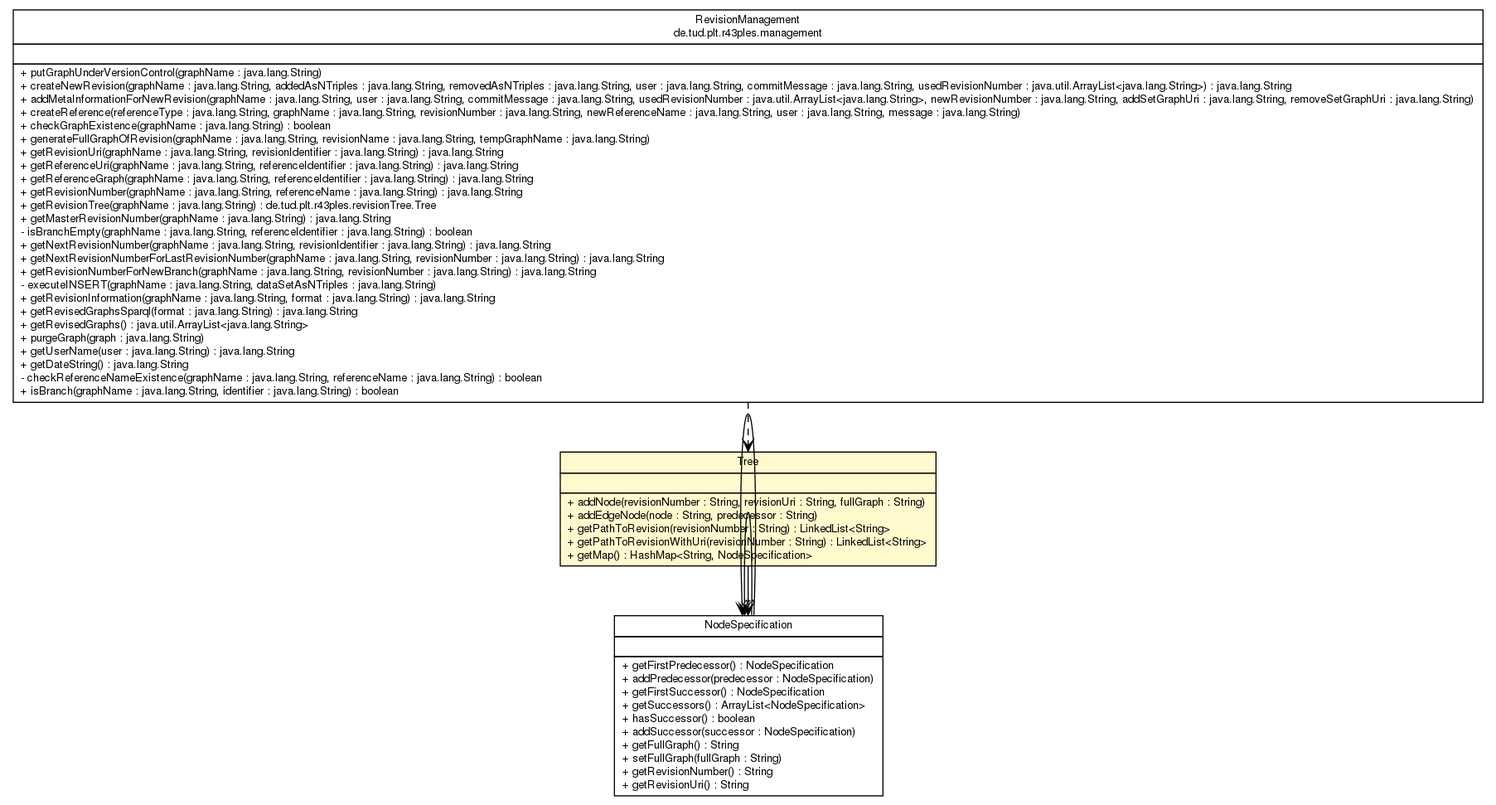
Earlier version of the Graphviz export javadoc/de/tud/plt/r43ples/revisionTree/Tree.png (markusgraube/r43ples). Its source is kept beside it as javadoc/de/tud/plt/r43ples/revisionTree/Tree.dot.
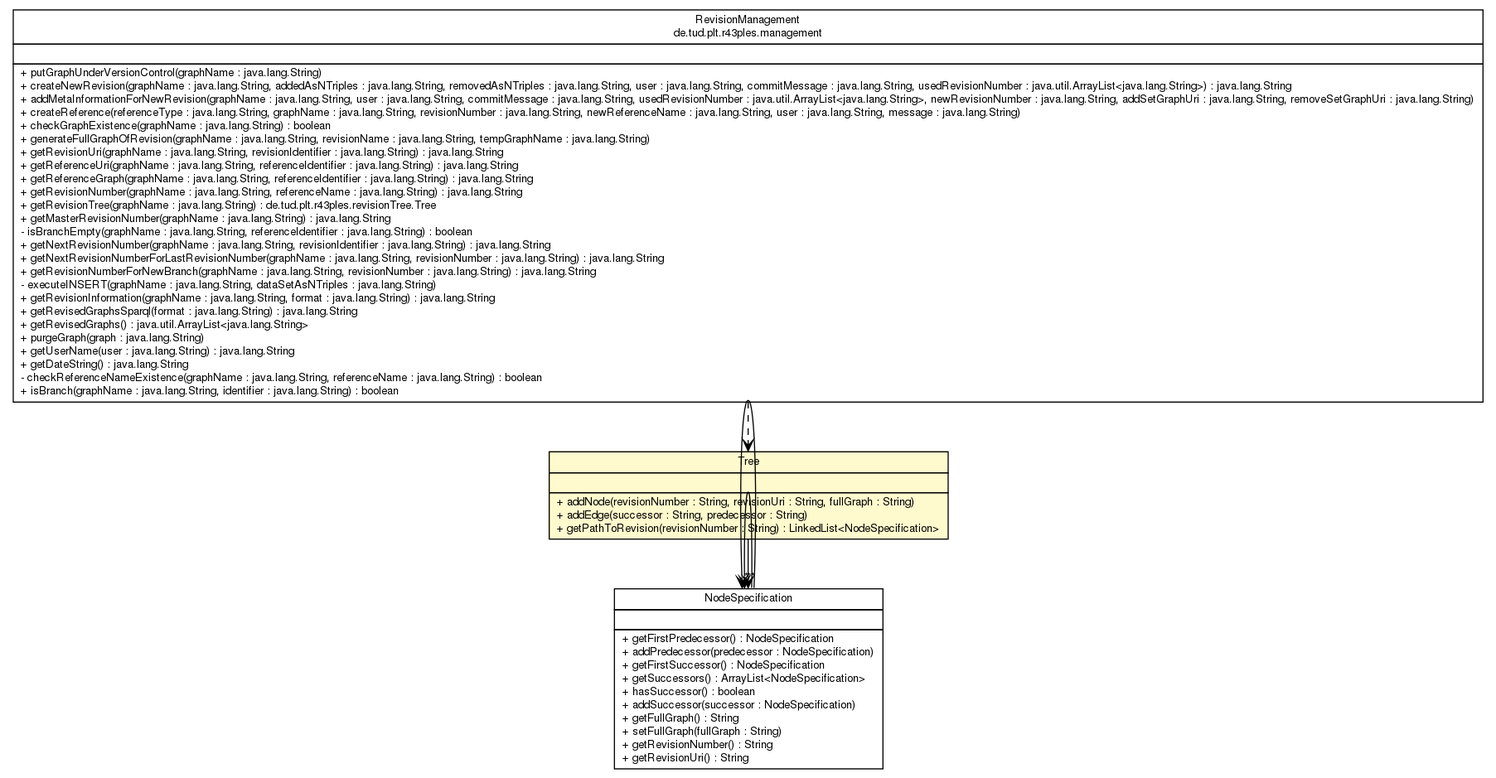
Above is the later version.

The edit, as a diff of the source:
```diff
@@ -4,7 +4,7 @@
 	node [fontname="Helvetica",fontsize=10,shape=plaintext];
 	nodesep=0.25;
 	ranksep=0.5;
-	c256 [label=<<table title="de.tud.plt.r43ples.management.RevisionManagement" border="0" cellborder="1" cellspacing="0" cellpadding="2" port="p" href="../management/RevisionManagement.html">
+	c289 [label=<<table title="de.tud.plt.r43ples.management.RevisionManagement" border="0" cellborder="1" cellspacing="0" cellpadding="2" port="p" href="../management/RevisionManagement.html">
 		<tr><td><table border="0" cellspacing="0" cellpadding="1">
 <tr><td align="center" balign="center"> RevisionManagement </td></tr>
 <tr><td align="center" balign="center"> de.tud.plt.r43ples.management </td></tr>
@@ -40,7 +40,7 @@
 <tr><td align="left" balign="left"> + isBranch(graphName : java.lang.String, identifier : java.lang.String) : boolean </td></tr>
 		</table></td></tr>
 		</table>>, URL="../management/RevisionManagement.html", fontname="Helvetica", fontcolor="black", fontsize=10.0];
-	c260 [label=<<table title="de.tud.plt.r43ples.revisionTree.Tree" border="0" cellborder="1" cellspacing="0" cellpadding="2" port="p" bgcolor="lemonChiffon" href="./Tree.html">
+	c291 [label=<<table title="de.tud.plt.r43ples.revisionTree.Tree" border="0" cellborder="1" cellspacing="0" cellpadding="2" port="p" bgcolor="lemonChiffon" href="./Tree.html">
 		<tr><td><table border="0" cellspacing="0" cellpadding="1">
 <tr><td align="center" balign="center"> Tree </td></tr>
 		</table></td></tr>
@@ -49,13 +49,11 @@
 		</table></td></tr>
 		<tr><td><table border="0" cellspacing="0" cellpadding="1">
 <tr><td align="left" balign="left"> + addNode(revisionNumber : String, revisionUri : String, fullGraph : String) </td></tr>
-<tr><td align="left" balign="left"> + addEdgeNode(node : String, predecessor : String) </td></tr>
-<tr><td align="left" balign="left"> + getPathToRevision(revisionNumber : String) : LinkedList&lt;String&gt; </td></tr>
-<tr><td align="left" balign="left"> + getPathToRevisionWithUri(revisionNumber : String) : LinkedList&lt;String&gt; </td></tr>
-<tr><td align="left" balign="left"> + getMap() : HashMap&lt;String, NodeSpecification&gt; </td></tr>
+<tr><td align="left" balign="left"> + addEdge(successor : String, predecessor : String) </td></tr>
+<tr><td align="left" balign="left"> + getPathToRevision(revisionNumber : String) : LinkedList&lt;NodeSpecification&gt; </td></tr>
 		</table></td></tr>
 		</table>>, URL="./Tree.html", fontname="Helvetica", fontcolor="black", fontsize=10.0];
-	c261 [label=<<table title="de.tud.plt.r43ples.revisionTree.NodeSpecification" border="0" cellborder="1" cellspacing="0" cellpadding="2" port="p" href="./NodeSpecification.html">
+	c292 [label=<<table title="de.tud.plt.r43ples.revisionTree.NodeSpecification" border="0" cellborder="1" cellspacing="0" cellpadding="2" port="p" href="./NodeSpecification.html">
 		<tr><td><table border="0" cellspacing="0" cellpadding="1">
 <tr><td align="center" balign="center"> NodeSpecification </td></tr>
 		</table></td></tr>
@@ -75,8 +73,8 @@
 <tr><td align="left" balign="left"> + getRevisionUri() : String </td></tr>
 		</table></td></tr>
 		</table>>, URL="./NodeSpecification.html", fontname="Helvetica", fontcolor="black", fontsize=10.0];
-	c260:p -> c261:p [taillabel="", label="", headlabel="*", fontname="Helvetica", fontcolor="black", fontsize=10.0, color="black", arrowhead=open];
-	c261:p -> c261:p [taillabel="", label="", headlabel="*", fontname="Helvetica", fontcolor="black", fontsize=10.0, color="black", arrowhead=open];
-	c261:p -> c261:p [taillabel="", label="", headlabel="*", fontname="Helvetica", fontcolor="black", fontsize=10.0, color="black", arrowhead=open];
-	c256:p -> c260:p [taillabel="", label="", headlabel="", fontname="Helvetica", fontcolor="black", fontsize=10.0, color="black", arrowhead=open, style=dashed];
+	c291:p -> c292:p [taillabel="", label="", headlabel="*", fontname="Helvetica", fontcolor="black", fontsize=10.0, color="black", arrowhead=open];
+	c292:p -> c292:p [taillabel="", label="", headlabel="*", fontname="Helvetica", fontcolor="black", fontsize=10.0, color="black", arrowhead=open];
+	c292:p -> c292:p [taillabel="", label="", headlabel="*", fontname="Helvetica", fontcolor="black", fontsize=10.0, color="black", arrowhead=open];
+	c289:p -> c291:p [taillabel="", label="", headlabel="", fontname="Helvetica", fontcolor="black", fontsize=10.0, color="black", arrowhead=open, style=dashed];
 }
```
